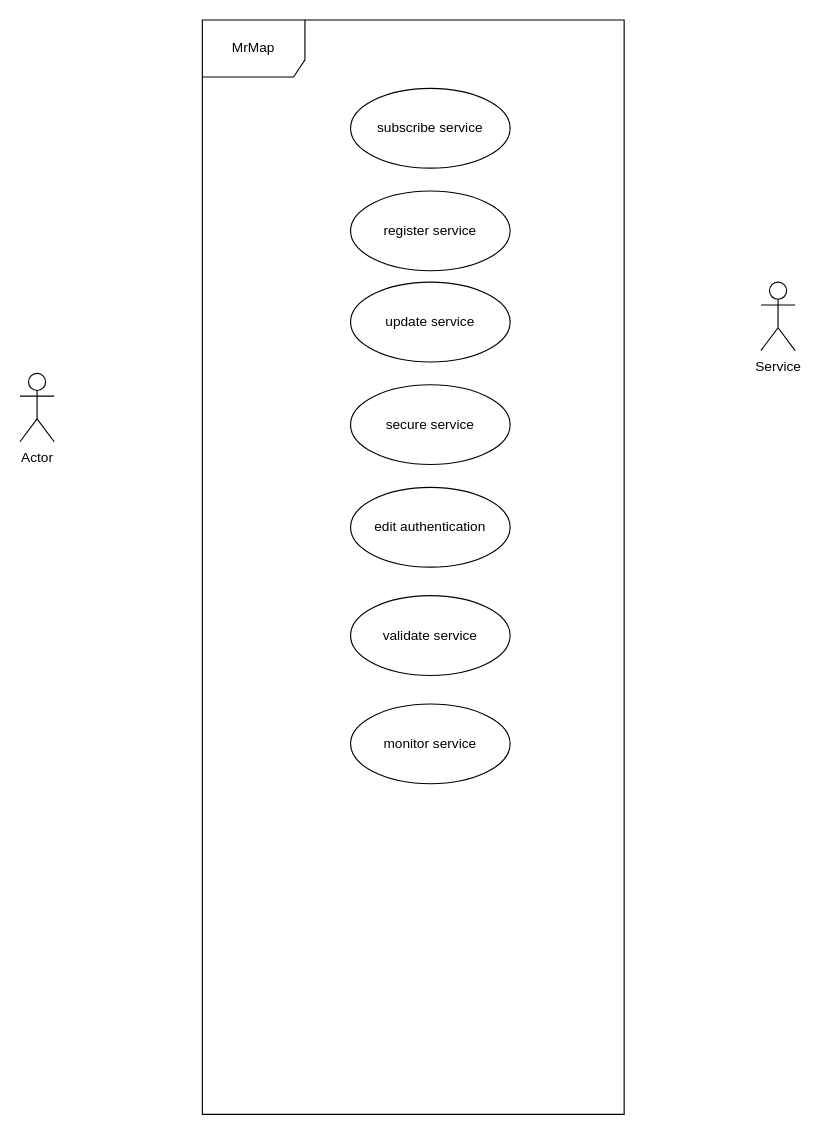
Earlier version of the draw.io diagram page "Service" (1 of 2) of docs/source/images/use_cases.drawio (mrmap-community/mrmap). Source tidied: cells renumbered, new cells numbered last; positions are measured from the earlier drawing's top-left corner, leaving out a move shared by most shapes. Both pictures are drawn from the tidied source at 114%, with x=0, y=0 at pixel (19, 19).
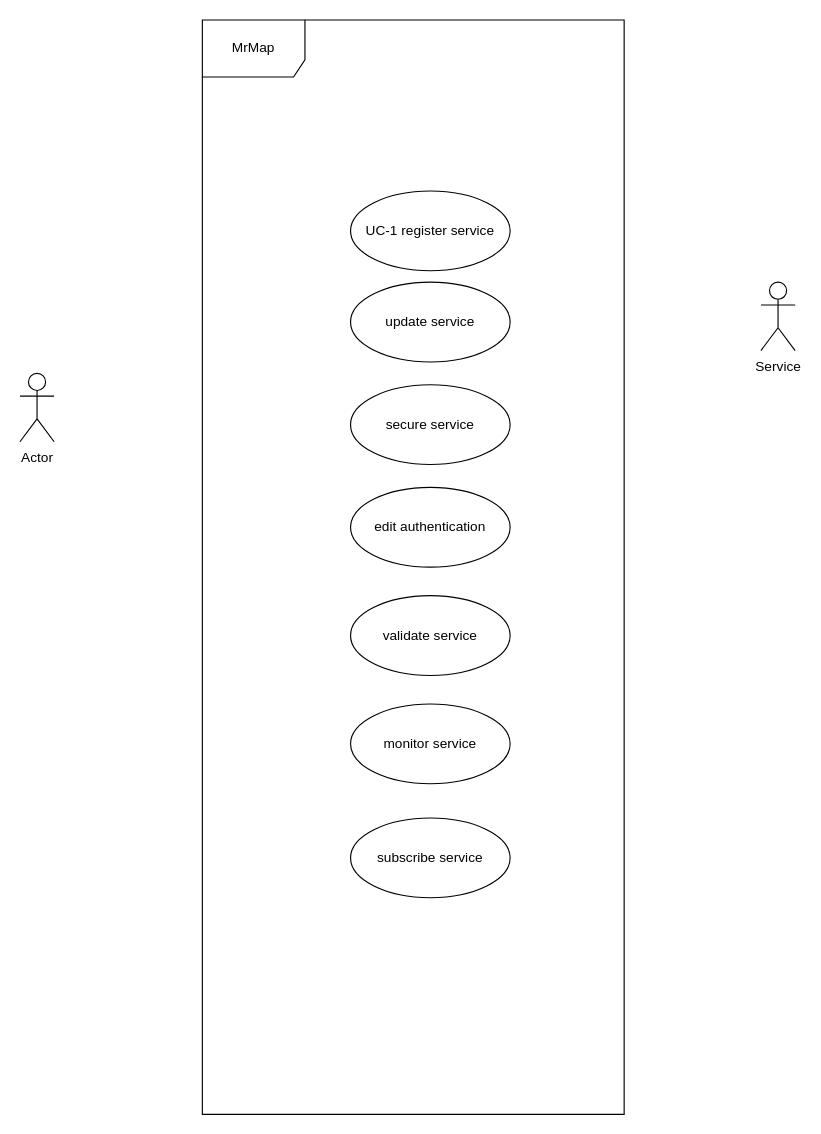
The same page after the edit.

The edit, as a diff of the source:
```diff
@@
 <mxGraphModel>
   <root>
     <mxCell id="0" />
     <mxCell id="1" parent="0" />
     <mxCell id="2" value="MrMap" style="shape=umlFrame;whiteSpace=wrap;html=1;width=90;height=50;" parent="1" vertex="1">
       <mxGeometry x="160" width="370" height="960" as="geometry" />
     </mxCell>
     <mxCell id="3" value="Actor" style="shape=umlActor;verticalLabelPosition=bottom;verticalAlign=top;html=1;" parent="1" vertex="1">
       <mxGeometry y="310" width="30" height="60" as="geometry" />
     </mxCell>
-    <mxCell id="4" value="register service" style="ellipse;whiteSpace=wrap;html=1;" parent="1" vertex="1">
+    <mxCell id="4" value="UC-1 register service" style="ellipse;whiteSpace=wrap;html=1;" parent="1" vertex="1">
       <mxGeometry x="290" y="150" width="140" height="70" as="geometry" />
     </mxCell>
     <mxCell id="5" value="update service" style="ellipse;whiteSpace=wrap;html=1;" parent="1" vertex="1">
       <mxGeometry x="290" y="230" width="140" height="70" as="geometry" />
     </mxCell>
     <mxCell id="6" value="secure service" style="ellipse;whiteSpace=wrap;html=1;" parent="1" vertex="1">
       <mxGeometry x="290" y="320" width="140" height="70" as="geometry" />
     </mxCell>
     <mxCell id="7" value="edit authentication" style="ellipse;whiteSpace=wrap;html=1;" parent="1" vertex="1">
       <mxGeometry x="290" y="410" width="140" height="70" as="geometry" />
     </mxCell>
     <mxCell id="8" value="validate service" style="ellipse;whiteSpace=wrap;html=1;" parent="1" vertex="1">
       <mxGeometry x="290" y="505" width="140" height="70" as="geometry" />
     </mxCell>
     <mxCell id="9" value="monitor service" style="ellipse;whiteSpace=wrap;html=1;" parent="1" vertex="1">
       <mxGeometry x="290" y="600" width="140" height="70" as="geometry" />
     </mxCell>
     <mxCell id="10" value="subscribe service" style="ellipse;whiteSpace=wrap;html=1;" parent="1" vertex="1">
-      <mxGeometry x="290" y="60" width="140" height="70" as="geometry" />
+      <mxGeometry x="290" y="700" width="140" height="70" as="geometry" />
     </mxCell>
     <mxCell id="11" value="Service" style="shape=umlActor;verticalLabelPosition=bottom;verticalAlign=top;html=1;" parent="1" vertex="1">
       <mxGeometry x="650" y="230" width="30" height="60" as="geometry" />
     </mxCell>
   </root>
 </mxGraphModel>
```
